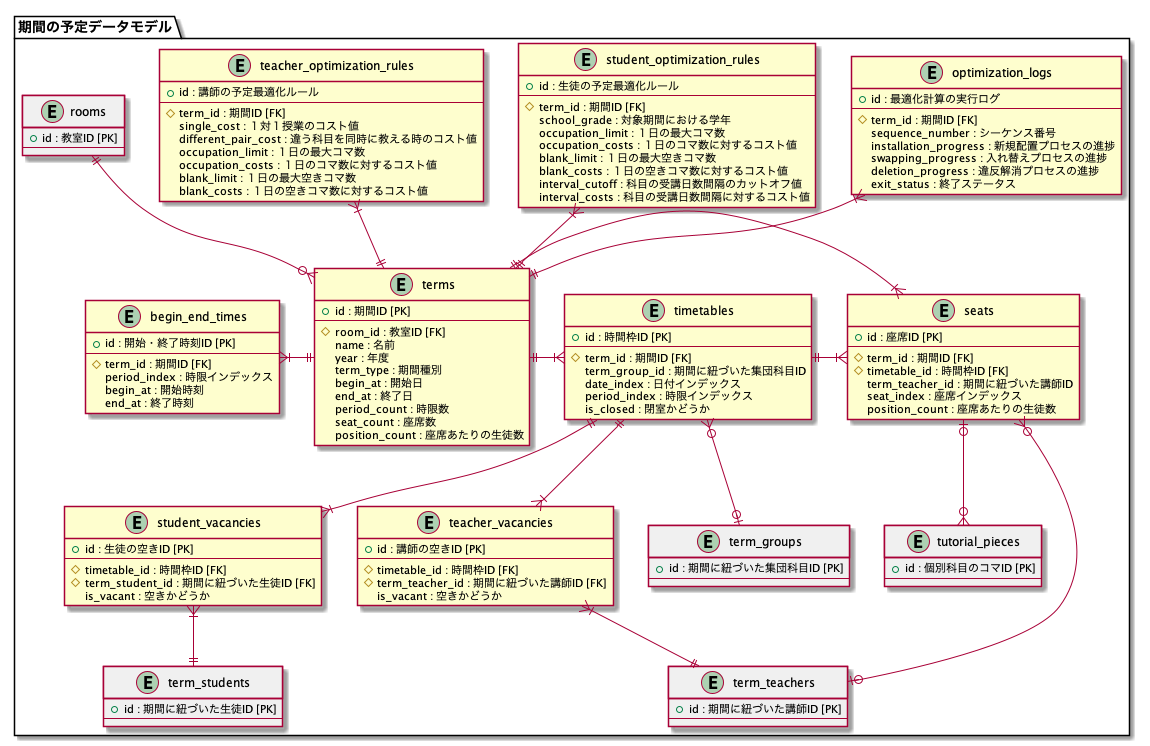
mass584/rakuraku_komagumi keeps this PlantUML diagram as application/doc/term_schedule_data_model.png. Above is the earlier version.
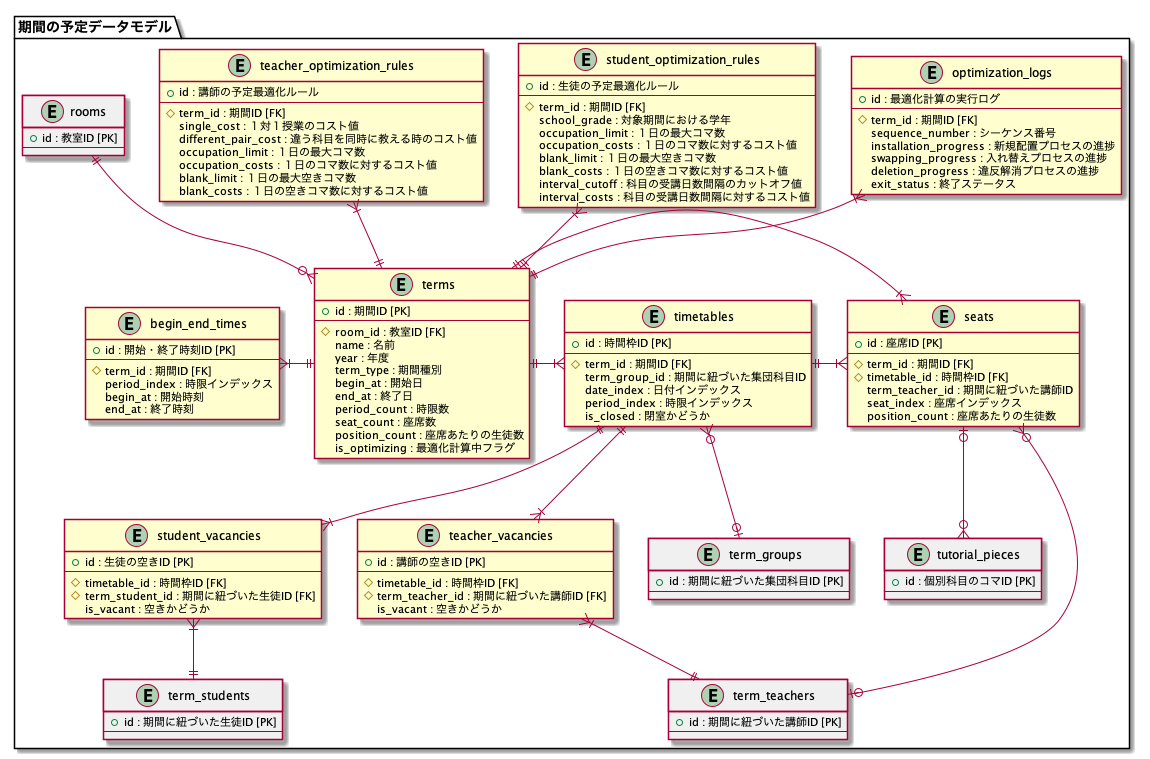
The same file after the commit.

Commit message:
最適化計算中フラグの追加

Change to the diagram source:
```diff
@@ -18,6 +18,7 @@
     period_count : 時限数
     seat_count : 座席数
     position_count : 座席あたりの生徒数
+    is_optimizing : 最適化計算中フラグ
   }
 
   entity "student_optimization_rules" {
```
